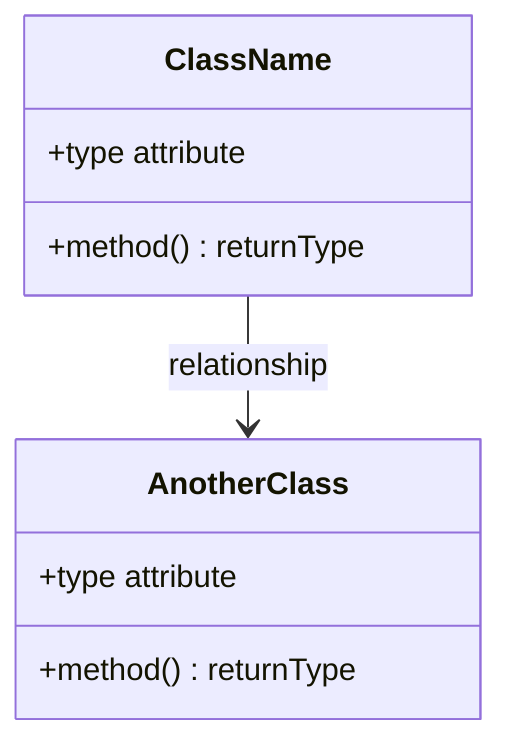
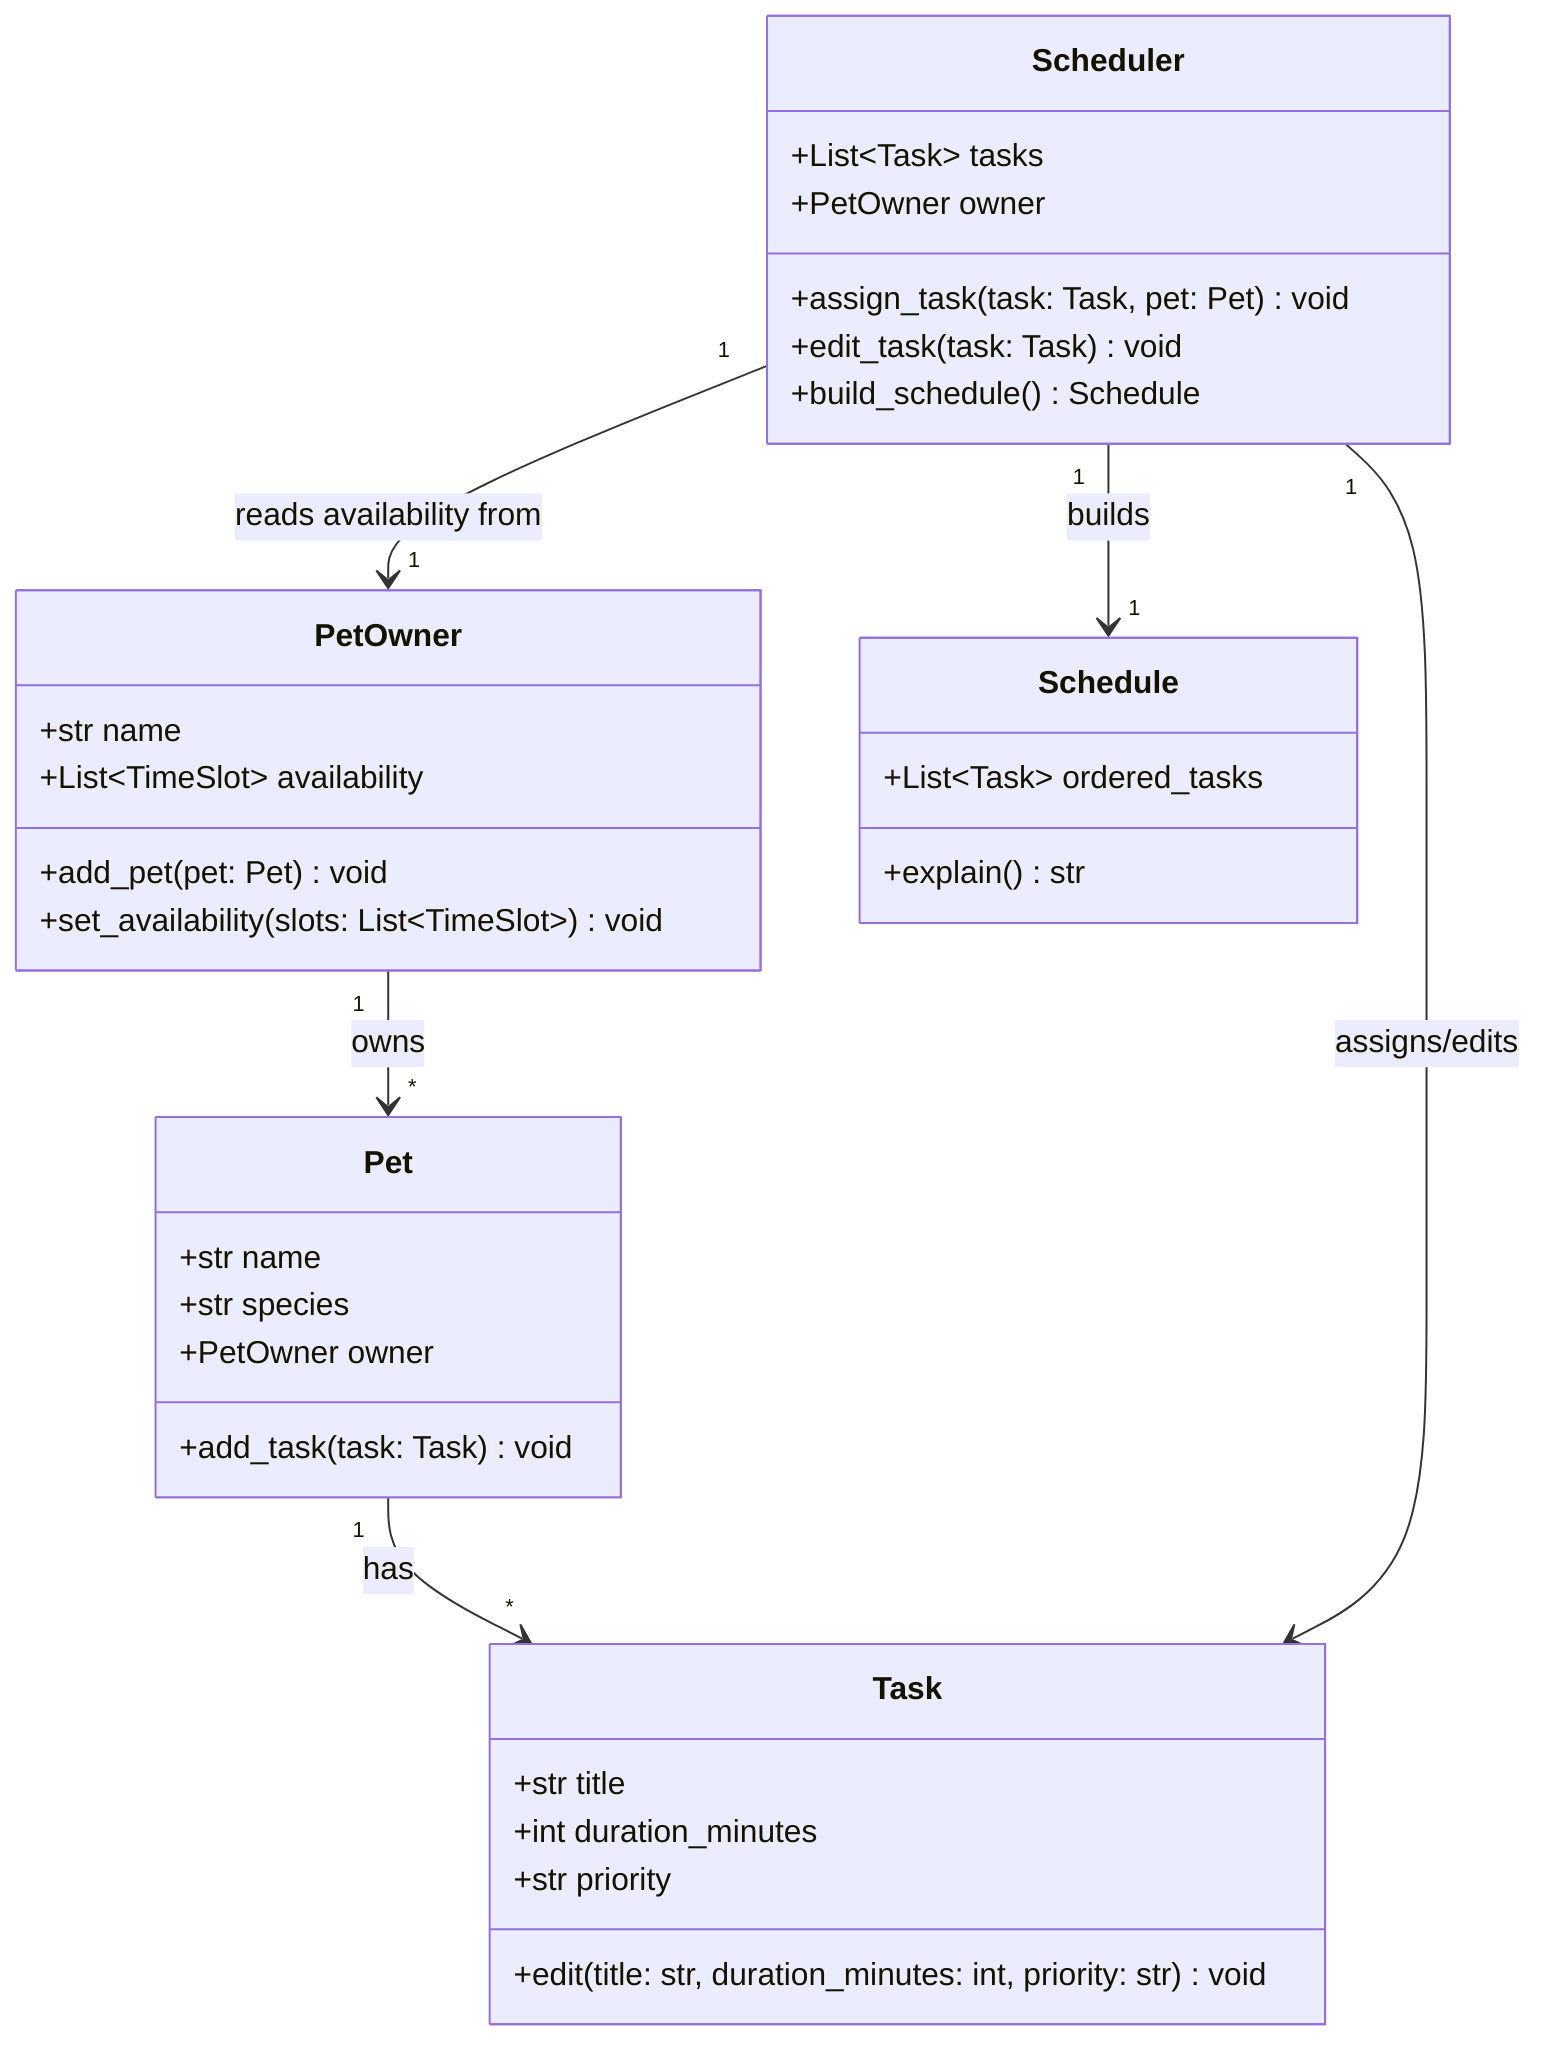
classDiagram
-     %% Replace the placeholders below with your actual classes, attributes, methods, and relationships.
-     %% Keep this file updated so it matches your final implementation.
+     %% Based on the class structure proposed in reflection.md (Section 1a)

-     class ClassName {
-         +type attribute
-         +method() returnType
+     class PetOwner {
+         +str name
+         +List~TimeSlot~ availability
+         +add_pet(pet: Pet) void
+         +set_availability(slots: List~TimeSlot~) void
    }

-     class AnotherClass {
-         +type attribute
-         +method() returnType
+     class Pet {
+         +str name
+         +str species
+         +PetOwner owner
+         +add_task(task: Task) void
    }

-     ClassName --> AnotherClass : relationship
+     class Task {
+         +str title
+         +int duration_minutes
+         +str priority
+         +edit(title: str, duration_minutes: int, priority: str) void
+     }
+ 
+     class Scheduler {
+         +List~Task~ tasks
+         +PetOwner owner
+         +assign_task(task: Task, pet: Pet) void
+         +edit_task(task: Task) void
+         +build_schedule() Schedule
+     }
+ 
+     class Schedule {
+         +List~Task~ ordered_tasks
+         +explain() str
+     }
+ 
+     PetOwner "1" --> "*" Pet : owns
+     Pet "1" --> "*" Task : has
+     Scheduler "1" --> "1" PetOwner : reads availability from
+     Scheduler "1" --> "*" Task : assigns/edits
+     Scheduler "1" --> "1" Schedule : builds